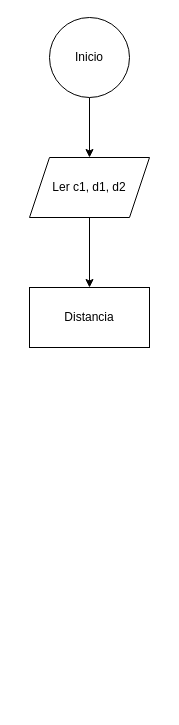
Kinner25/Fluxogramas keeps this draw.io diagram as Fluxograma2.drawio. Above is the earlier version. Source tidied: cells renumbered, new cells numbered last; positions are measured from the earlier drawing's top-left corner, leaving out a move shared by most shapes. Both pictures are drawn from the tidied source at 100%, with x=0, y=0 at pixel (29, 17).
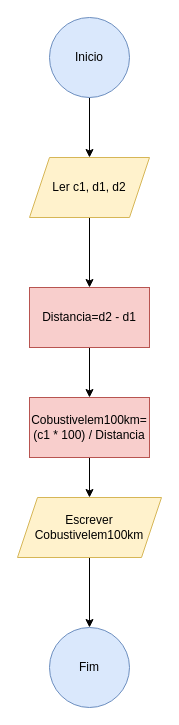
After the change.

The edit, as a diff of the source:
```diff
@@
 <mxGraphModel>
   <root>
     <mxCell id="0" />
     <mxCell id="1" parent="0" />
     <mxCell id="2" style="edgeStyle=orthogonalEdgeStyle;rounded=0;jettySize=auto;html=1;" parent="1" edge="1" source="3" target="5">
       <mxGeometry relative="1" as="geometry" />
     </mxCell>
-    <mxCell id="3" value="Inicio" style="ellipse;whiteSpace=wrap;html=1;shapeInside=1;" parent="1" vertex="1">
+    <mxCell id="3" value="Inicio" style="ellipse;whiteSpace=wrap;html=1;shapeInside=1;fillColor=#dae8fc;strokeColor=#6c8ebf;" parent="1" vertex="1">
       <mxGeometry x="20" width="80" height="80" as="geometry" />
     </mxCell>
     <mxCell id="4" style="edgeStyle=orthogonalEdgeStyle;rounded=0;jettySize=auto;html=1;" parent="1" edge="1" source="5" target="6">
       <mxGeometry relative="1" as="geometry" />
     </mxCell>
-    <mxCell id="5" value="Ler c1, d1, d2" style="shape=parallelogram;perimeter=parallelogramPerimeter;whiteSpace=wrap;html=1;shapeInside=1;fixedSize=1;" parent="1" vertex="1">
+    <mxCell id="5" value="Ler c1, d1, d2" style="shape=parallelogram;perimeter=parallelogramPerimeter;whiteSpace=wrap;html=1;shapeInside=1;fixedSize=1;fillColor=#fff2cc;strokeColor=#d6b656;" parent="1" vertex="1">
       <mxGeometry y="140" width="120" height="60" as="geometry" />
     </mxCell>
+    <mxCell id="7" style="edgeStyle=orthogonalEdgeStyle;rounded=0;jettySize=auto;html=1;" parent="1" edge="1" source="6" target="9">
+      <mxGeometry relative="1" as="geometry" />
+    </mxCell>
-    <mxCell id="6" value="Distancia" style="rounded=0;whiteSpace=wrap;html=1;" parent="1" vertex="1">
+    <mxCell id="6" value="Distancia=d2 - d1" style="rounded=0;whiteSpace=wrap;html=1;fillColor=#f8cecc;strokeColor=#b85450;" parent="1" vertex="1">
       <mxGeometry y="270" width="120" height="60" as="geometry" />
     </mxCell>
+    <mxCell id="8" style="edgeStyle=orthogonalEdgeStyle;rounded=0;jettySize=auto;html=1;" parent="1" edge="1" source="9" target="11">
+      <mxGeometry relative="1" as="geometry" />
+    </mxCell>
+    <mxCell id="9" value="Cobustivelem100km= (c1 * 100) / Distancia" style="rounded=0;whiteSpace=wrap;html=1;fillColor=#f8cecc;strokeColor=#b85450;" parent="1" vertex="1">
+      <mxGeometry y="380" width="120" height="60" as="geometry" />
+    </mxCell>
+    <mxCell id="10" style="edgeStyle=orthogonalEdgeStyle;rounded=0;jettySize=auto;html=1;" parent="1" edge="1" source="11" target="12">
+      <mxGeometry relative="1" as="geometry" />
+    </mxCell>
+    <mxCell id="11" value="Escrever Cobustivelem100km" style="shape=parallelogram;perimeter=parallelogramPerimeter;whiteSpace=wrap;html=1;shapeInside=1;fixedSize=1;fillColor=#fff2cc;strokeColor=#d6b656;" parent="1" vertex="1">
+      <mxGeometry x="-12" y="480" width="144" height="60" as="geometry" />
+    </mxCell>
+    <mxCell id="12" value="Fim" style="ellipse;whiteSpace=wrap;html=1;shapeInside=1;fillColor=#dae8fc;strokeColor=#6c8ebf;" parent="1" vertex="1">
+      <mxGeometry x="20" y="610" width="80" height="80" as="geometry" />
+    </mxCell>
   </root>
 </mxGraphModel>
```
